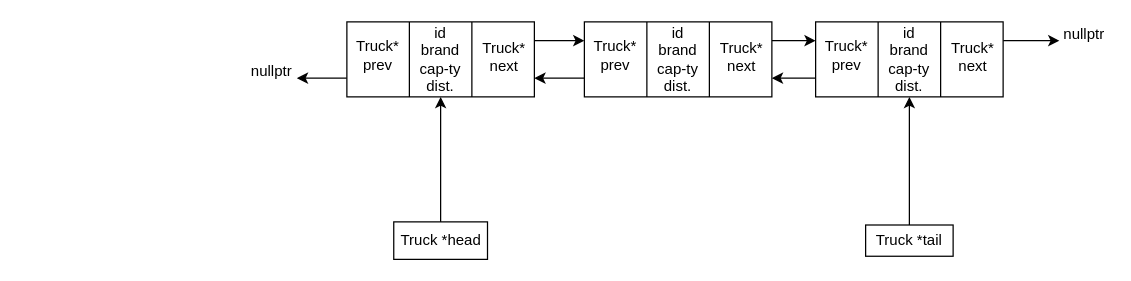
Before: report/resourses/list_schema.drawio in kira607/u.leti.9892.3sem-2020.programming.3lab, a draw.io diagram. Source tidied: cells renumbered, new cells numbered last; positions are measured from the earlier drawing's top-left corner, leaving out a move shared by most shapes. Both pictures are drawn from the tidied source at 125%, with x=0, y=0 at pixel (246, 21).
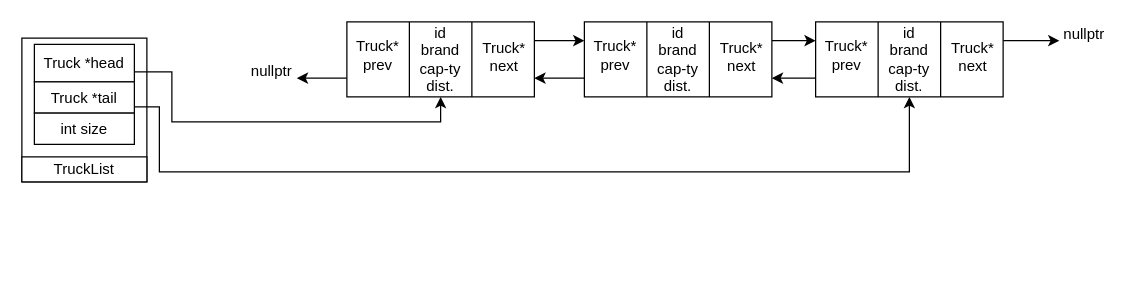
The same diagram, later.

Commit message (it also covers changes not shown here):
update pic 2 in report

Unchanged cells that the change refers to:
```xml
<mxCell id="9" value="id&lt;br&gt;brand&lt;br&gt;cap-ty&lt;br&gt;dist." style="shape=process;whiteSpace=wrap;html=1;backgroundOutline=1;size=0.33333333333333337;" parent="1" vertex="1">
  <mxGeometry x="455" width="150" height="60" as="geometry" />
</mxCell>
<mxCell id="14" value="id&lt;br&gt;brand&lt;br&gt;cap-ty&lt;br&gt;dist." style="shape=process;whiteSpace=wrap;html=1;backgroundOutline=1;size=0.33333333333333337;" parent="1" vertex="1">
  <mxGeometry x="80" width="150" height="60" as="geometry" />
</mxCell>
```

What changed in the source:
```diff
@@
+    <mxCell id="23" style="rounded=0;whiteSpace=wrap;html=1;" parent="1" vertex="1">
+      <mxGeometry x="-180" y="13" width="100" height="115" as="geometry" />
+    </mxCell>
@@
     <mxCell id="19" style="edgeStyle=orthogonalEdgeStyle;rounded=0;jettySize=auto;html=1;entryX=0.5;entryY=1;entryDx=0;entryDy=0;" parent="1" edge="1" source="20" target="14">
-      <mxGeometry relative="1" as="geometry" />
+      <mxGeometry relative="1" as="geometry">
+        <Array as="points">
+          <mxPoint x="-60" y="40" />
+          <mxPoint x="-60" y="80" />
+          <mxPoint x="155" y="80" />
+        </Array>
+      </mxGeometry>
     </mxCell>
     <mxCell id="20" value="Truck *head" style="rounded=0;whiteSpace=wrap;html=1;" parent="1" vertex="1">
-      <mxGeometry x="117.5" y="160" width="75" height="30" as="geometry" />
+      <mxGeometry x="-170" y="18" width="80" height="30" as="geometry" />
     </mxCell>
     <mxCell id="21" style="edgeStyle=orthogonalEdgeStyle;rounded=0;jettySize=auto;html=1;entryX=0.5;entryY=1;entryDx=0;entryDy=0;" parent="1" edge="1" source="22" target="9">
-      <mxGeometry relative="1" as="geometry" />
+      <mxGeometry relative="1" as="geometry">
+        <Array as="points">
+          <mxPoint x="-70" y="68" />
+          <mxPoint x="-70" y="120" />
+          <mxPoint x="530" y="120" />
+        </Array>
+      </mxGeometry>
     </mxCell>
     <mxCell id="22" value="Truck *tail" style="rounded=0;whiteSpace=wrap;html=1;" parent="1" vertex="1">
-      <mxGeometry x="495" y="162.5" width="70" height="25" as="geometry" />
+      <mxGeometry x="-170" y="48" width="80" height="25" as="geometry" />
     </mxCell>
+    <mxCell id="24" value="int size" style="rounded=0;whiteSpace=wrap;html=1;" parent="1" vertex="1">
+      <mxGeometry x="-170" y="73" width="80" height="25" as="geometry" />
+    </mxCell>
+    <mxCell id="25" value="TruckList" style="rounded=0;whiteSpace=wrap;html=1;" parent="1" vertex="1">
+      <mxGeometry x="-180" y="108" width="100" height="20" as="geometry" />
+    </mxCell>
```
